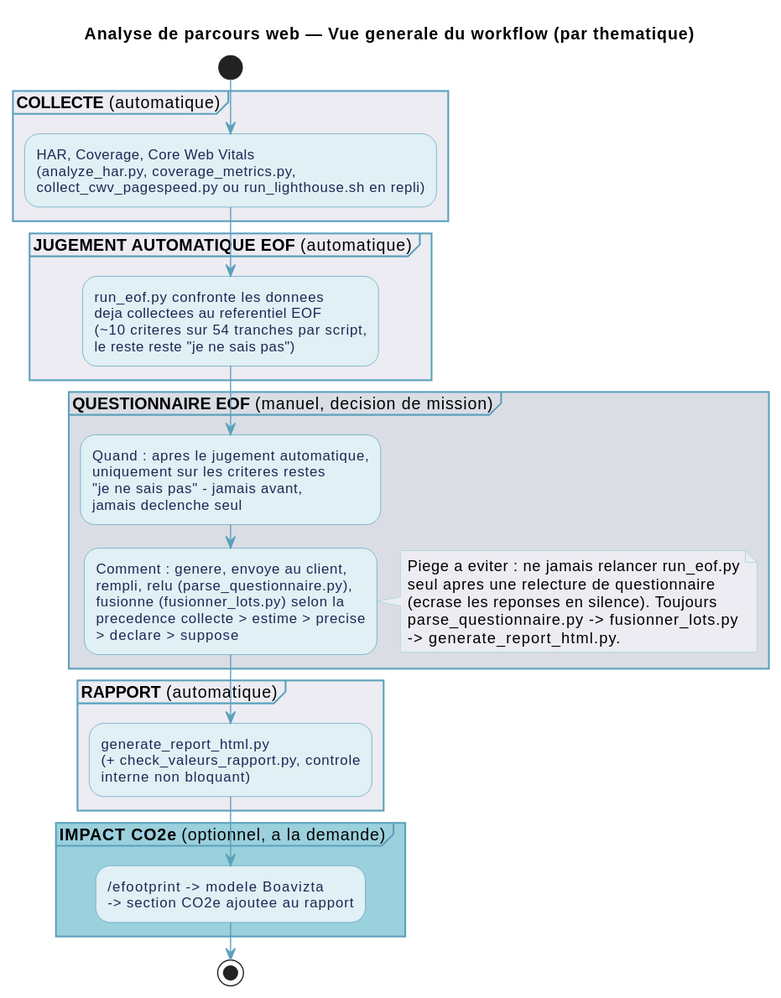
The PlantUML diagram documentation/diagrammes/analyse-parcours-vue-generale.svg in Boavizta/eroom, before a commit.
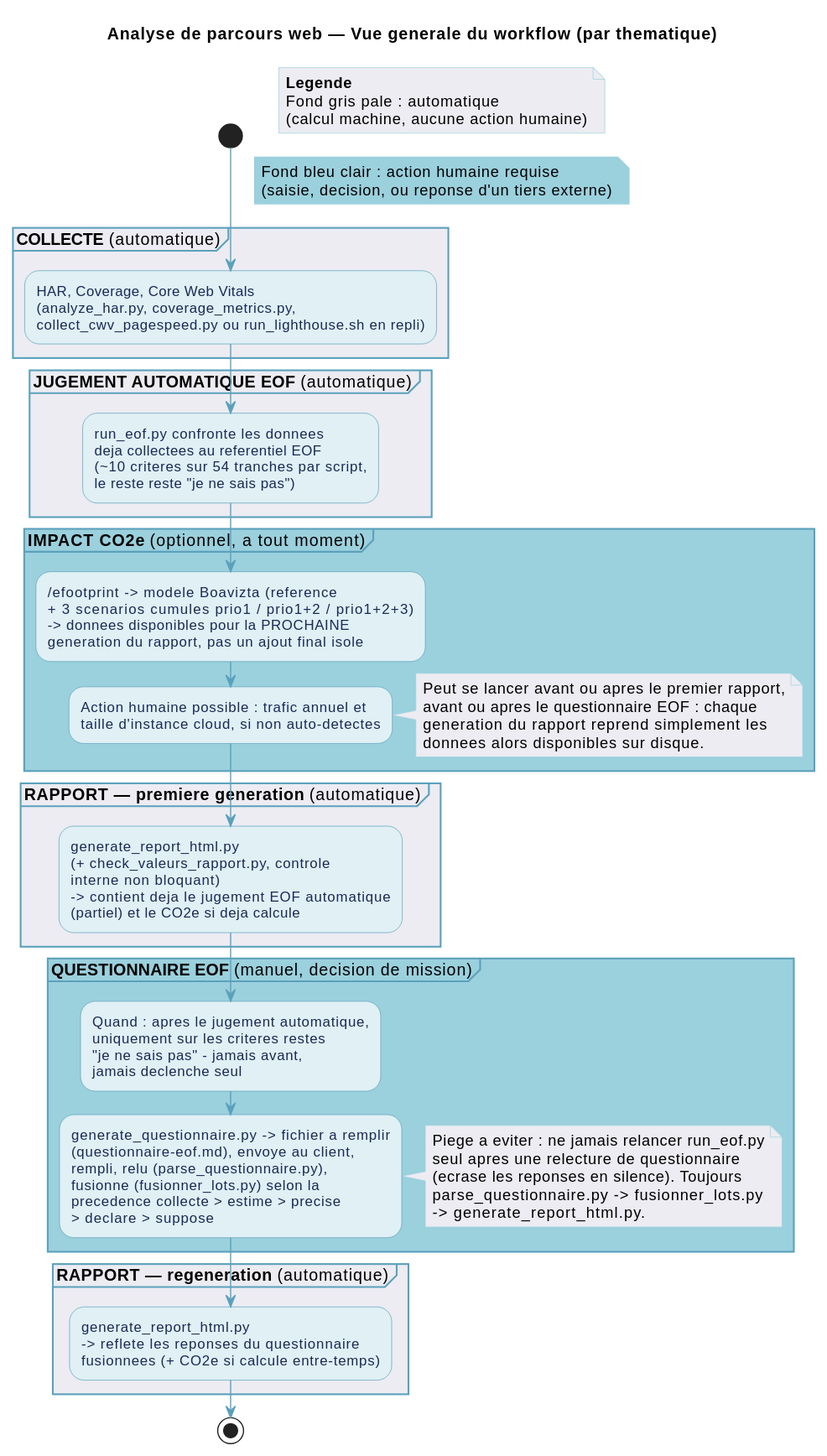
After the commit.

Commit message:
docs(diagrammes): met a jour les diagrammes pour le gain EcoIndex/LCP

Diff of the diagram source:
```diff
@@ -18,6 +18,17 @@
 
 start
 
+note right #ECECF2
+  **Legende**
+  Fond gris pale : automatique
+  (calcul machine, aucune action humaine)
+end note
+
+note right #9BD0DD
+  Fond bleu clair : action humaine requise
+  (saisie, decision, ou reponse d'un tiers externe)
+end note
+
 partition "**COLLECTE** (automatique)" {
   :HAR, Coverage, Core Web Vitals
   (analyze_har.py, coverage_metrics.py,
@@ -31,12 +42,37 @@
   le reste reste "je ne sais pas");
 }
 
-partition "**QUESTIONNAIRE EOF** (manuel, decision de mission)" #DBDDE5 {
+partition "**IMPACT CO2e** (optionnel, a tout moment)" #9BD0DD {
+  :/efootprint -> modele Boavizta (reference
+  + 3 scenarios cumules prio1 / prio1+2 / prio1+2+3)
+  -> donnees disponibles pour la PROCHAINE
+  generation du rapport, pas un ajout final isole;
+  :Action humaine possible : trafic annuel et
+  taille d'instance cloud, si non auto-detectes;
+}
+
+note right #ECECF2
+  Peut se lancer avant ou apres le premier rapport,
+  avant ou apres le questionnaire EOF : chaque
+  generation du rapport reprend simplement les
+  donnees alors disponibles sur disque.
+end note
+
+partition "**RAPPORT — premiere generation** (automatique)" {
+  :generate_report_html.py
+  (+ check_valeurs_rapport.py, controle
+  interne non bloquant)
+  -> contient deja le jugement EOF automatique
+  (partiel) et le CO2e si deja calcule;
+}
+
+partition "**QUESTIONNAIRE EOF** (manuel, decision de mission)" #9BD0DD {
   :Quand : apres le jugement automatique,
   uniquement sur les criteres restes
   "je ne sais pas" - jamais avant,
   jamais declenche seul;
-  :Comment : genere, envoye au client,
+  :generate_questionnaire.py -> fichier a remplir
+  (questionnaire-eof.md), envoye au client,
   rempli, relu (parse_questionnaire.py),
   fusionne (fusionner_lots.py) selon la
   precedence collecte > estime > precise
@@ -51,15 +87,10 @@
   -> generate_report_html.py.
 end note
 
-partition "**RAPPORT** (automatique)" {
+partition "**RAPPORT — regeneration** (automatique)" {
   :generate_report_html.py
-  (+ check_valeurs_rapport.py, controle
-  interne non bloquant);
-}
-
-partition "**IMPACT CO2e** (optionnel, a la demande)" #9BD0DD {
-  :/efootprint -> modele Boavizta
-  -> section CO2e ajoutee au rapport;
+  -> reflete les reponses du questionnaire
+  fusionnees (+ CO2e si calcule entre-temps);
 }
 
 stop
```
